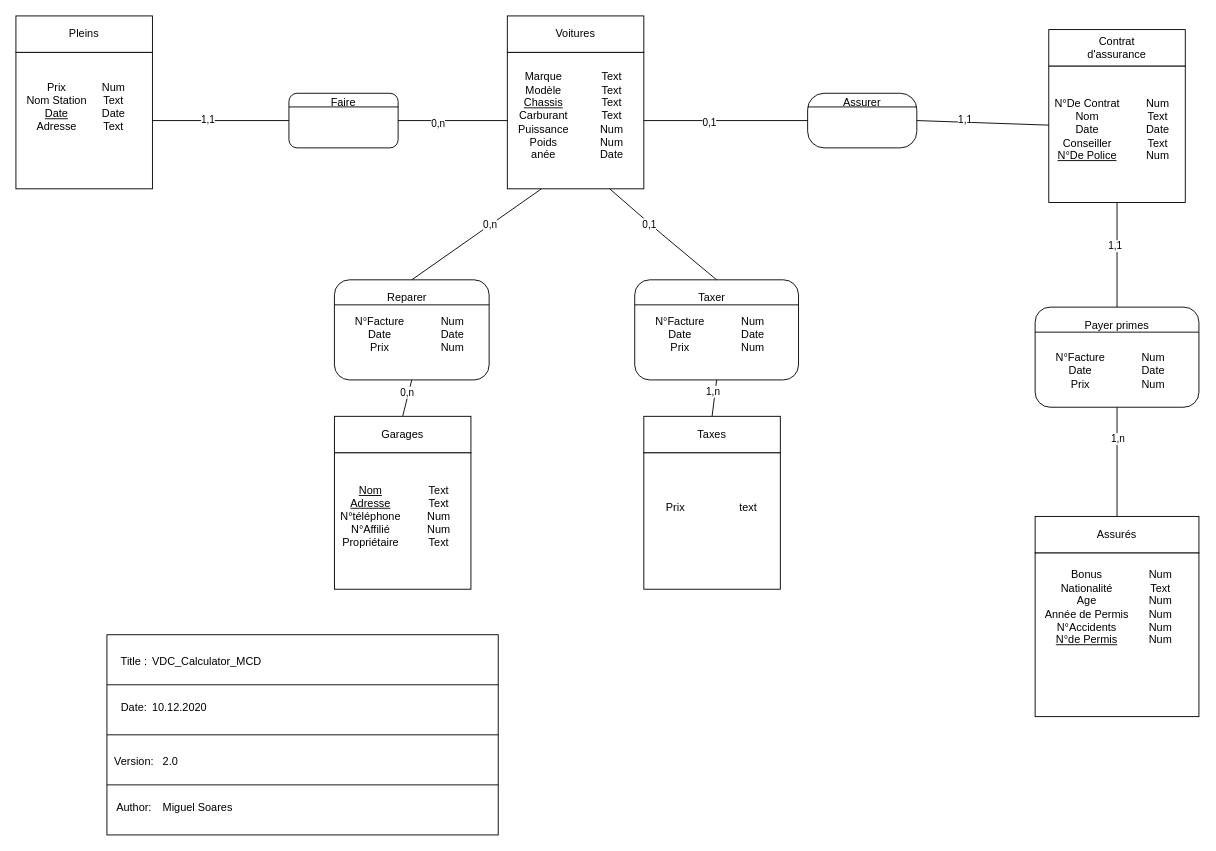
alhelo-93/ProjetAppMobile keeps this draw.io diagram as Docs/MCD-MLD/MCD_VDC.drawio. Above is the earlier version. Source tidied: cells renumbered, new cells numbered last; positions are measured from the earlier drawing's top-left corner, leaving out a move shared by most shapes. Both pictures are drawn from the tidied source at 91%, with x=0, y=0 at pixel (15, 15).
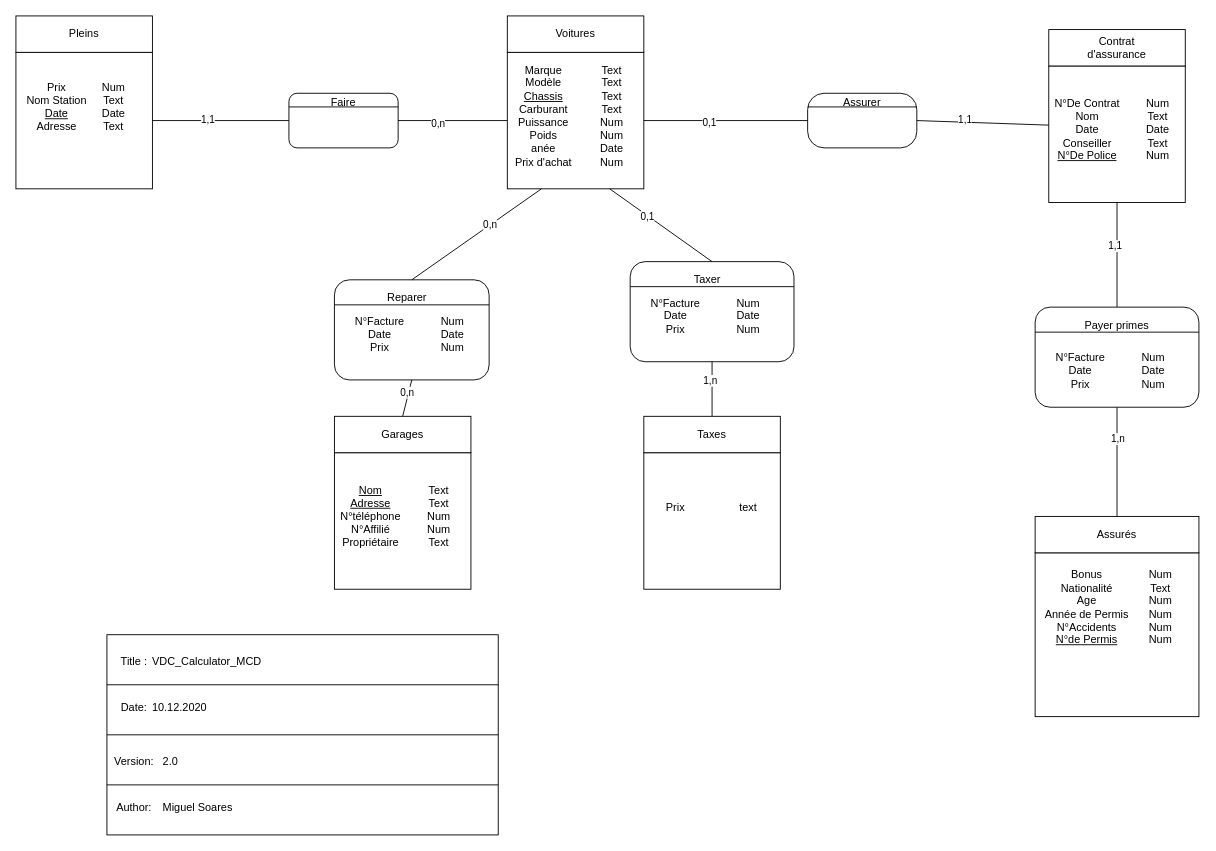
Above is the later version.

Unchanged cells that the change refers to:
```xml
<mxCell id="26" style="group;" parent="1" vertex="1">
  <mxGeometry x="540" width="150" height="190" as="geometry" />
</mxCell>
<mxCell id="27" style="whiteSpace=wrap;html=1;" parent="26" vertex="1">
  <mxGeometry y="40" width="150" height="150" as="geometry" />
</mxCell>
```

Diff of the diagram source:
```diff
@@
-    <mxCell id="30" value="Marque&lt;br&gt;Modèle&lt;br&gt;&lt;u&gt;Chassis&lt;br&gt;&lt;/u&gt;Carburant&lt;br&gt;Puissance&lt;br&gt;Poids&lt;br&gt;anée" style="text;html=1;strokeColor=none;fillColor=none;align=center;verticalAlign=middle;whiteSpace=wrap;rounded=0;" parent="26" vertex="1">
-      <mxGeometry x="20" y="100" width="40" height="20" as="geometry" />
+    <mxCell id="30" value="Marque&lt;br&gt;Modèle&lt;br&gt;&lt;u&gt;Chassis&lt;br&gt;&lt;/u&gt;Carburant&lt;br&gt;Puissance&lt;br&gt;Poids&lt;br&gt;anée&lt;br&gt;Prix d'achat" style="text;html=1;strokeColor=none;fillColor=none;align=center;verticalAlign=middle;whiteSpace=wrap;rounded=0;" parent="26" vertex="1">
+      <mxGeometry y="100" width="80" height="20" as="geometry" />
     </mxCell>
-    <mxCell id="31" value="Text&lt;br&gt;Text&lt;br&gt;Text&lt;br&gt;Text&lt;br&gt;Num&lt;br&gt;Num&lt;br&gt;Date" style="text;html=1;strokeColor=none;fillColor=none;align=center;verticalAlign=middle;whiteSpace=wrap;rounded=0;" parent="26" vertex="1">
+    <mxCell id="31" value="Text&lt;br&gt;Text&lt;br&gt;Text&lt;br&gt;Text&lt;br&gt;Num&lt;br&gt;Num&lt;br&gt;Date&lt;br&gt;Num" style="text;html=1;strokeColor=none;fillColor=none;align=center;verticalAlign=middle;whiteSpace=wrap;rounded=0;" parent="26" vertex="1">
       <mxGeometry x="95" y="100" width="40" height="20" as="geometry" />
     </mxCell>
@@
     <mxCell id="47" style="rounded=1;whiteSpace=wrap;html=1;" parent="1" vertex="1">
-      <mxGeometry x="680" y="290" width="180" height="110" as="geometry" />
+      <mxGeometry x="675" y="270" width="180" height="110" as="geometry" />
     </mxCell>
@@
     <mxCell id="53" style="endArrow=none;html=1;entryX=0.75;entryY=1;entryDx=0;entryDy=0;exitX=0.5;exitY=0;exitDx=0;exitDy=0;" parent="1" edge="1" source="47" target="27">
-      <mxGeometry relative="1" as="geometry">
-        <Array as="points">
-          <mxPoint x="710" y="240" />
-        </Array>
-      </mxGeometry>
+      <mxGeometry relative="1" as="geometry" />
     </mxCell>
@@
     <mxCell id="63" value="Taxer" style="text;html=1;strokeColor=none;fillColor=none;align=center;verticalAlign=middle;whiteSpace=wrap;rounded=0;" parent="1" vertex="1">
-      <mxGeometry x="745" y="300" width="40" height="20" as="geometry" />
+      <mxGeometry x="740" y="280" width="40" height="20" as="geometry" />
     </mxCell>
@@
     <mxCell id="68" value="Num&lt;br&gt;Date&lt;br&gt;Num" style="text;html=1;strokeColor=none;fillColor=none;align=center;verticalAlign=middle;whiteSpace=wrap;rounded=0;" parent="1" vertex="1">
-      <mxGeometry x="790" y="340" width="40" height="20" as="geometry" />
+      <mxGeometry x="785" y="320" width="40" height="20" as="geometry" />
     </mxCell>
     <mxCell id="69" value="N°Facture&lt;br&gt;Date&lt;br&gt;Prix" style="text;html=1;strokeColor=none;fillColor=none;align=center;verticalAlign=middle;whiteSpace=wrap;rounded=0;" parent="1" vertex="1">
-      <mxGeometry x="710" y="340" width="40" height="20" as="geometry" />
+      <mxGeometry x="705" y="320" width="40" height="20" as="geometry" />
     </mxCell>
```
